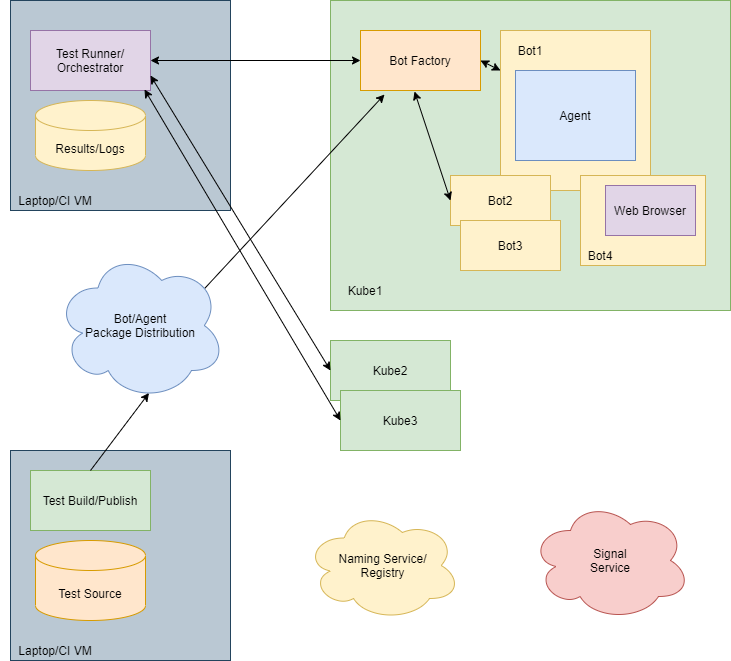
Earlier version of the draw.io export docs/content/diagrams/bot-agent-testing.png (dxos/gravity). Source tidied: cells renumbered, new cells last; positions are measured from the earlier drawing's top-left corner, leaving out a move shared by most shapes.
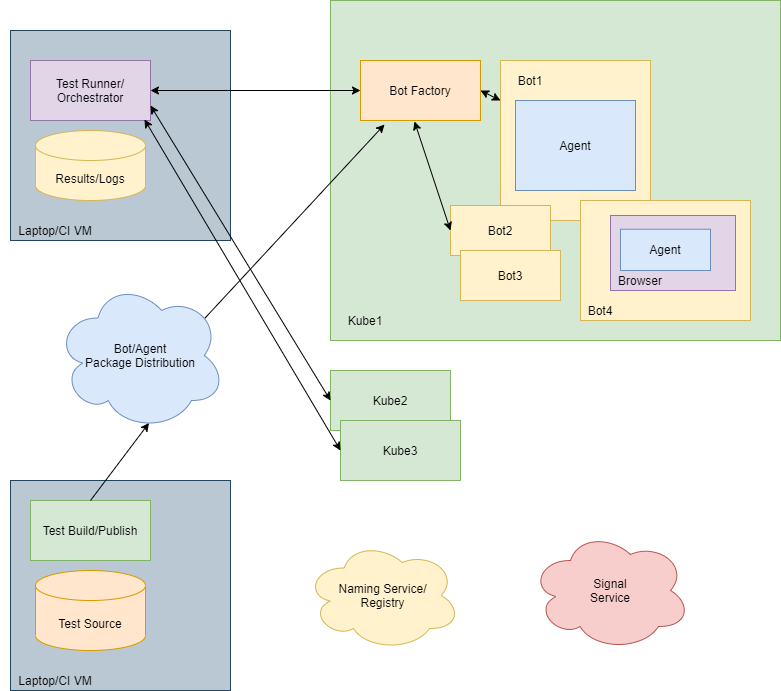
After the change.

Change to the diagram source:
```diff
@@ -6,7 +6,7 @@
       <mxGeometry x="10" width="220" height="210" as="geometry" />
     </mxCell>
     <mxCell id="3" style="rounded=0;whiteSpace=wrap;html=1;fillColor=#d5e8d4;strokeColor=#82b366;" parent="1" vertex="1">
-      <mxGeometry x="330" width="400" height="310" as="geometry" />
+      <mxGeometry x="330" y="-30" width="450" height="340" as="geometry" />
     </mxCell>
     <mxCell id="4" style="rounded=0;whiteSpace=wrap;html=1;fillColor=#fff2cc;strokeColor=#d6b656;" parent="1" vertex="1">
       <mxGeometry x="500" y="30" width="150" height="160" as="geometry" />
@@ -84,16 +84,22 @@
       <mxGeometry x="305" y="510" width="155" height="110" as="geometry" />
     </mxCell>
     <mxCell id="29" style="rounded=0;whiteSpace=wrap;html=1;fillColor=#fff2cc;strokeColor=#d6b656;" parent="1" vertex="1">
-      <mxGeometry x="580" y="175" width="125" height="90" as="geometry" />
+      <mxGeometry x="580" y="170" width="170" height="120" as="geometry" />
     </mxCell>
     <mxCell id="30" value="Bot4" style="text;html=1;strokeColor=none;fillColor=none;align=center;verticalAlign=middle;whiteSpace=wrap;rounded=0;" parent="1" vertex="1">
-      <mxGeometry x="580" y="245" width="40" height="20" as="geometry" />
+      <mxGeometry x="580" y="270" width="40" height="20" as="geometry" />
     </mxCell>
-    <mxCell id="31" value="Web Browser" style="rounded=0;whiteSpace=wrap;html=1;fillColor=#e1d5e7;strokeColor=#9673a6;" parent="1" vertex="1">
-      <mxGeometry x="605" y="185" width="90" height="50" as="geometry" />
+    <mxCell id="31" style="rounded=0;whiteSpace=wrap;html=1;fillColor=#e1d5e7;strokeColor=#9673a6;" parent="1" vertex="1">
+      <mxGeometry x="610" y="185" width="125" height="75" as="geometry" />
     </mxCell>
     <mxCell id="32" style="endArrow=classic;startArrow=classic;html=1;entryX=0;entryY=0.5;entryDx=0;entryDy=0;exitX=0.45;exitY=1.017;exitDx=0;exitDy=0;exitPerimeter=0;" parent="1" edge="1" source="5" target="9">
       <mxGeometry relative="1" as="geometry" />
     </mxCell>
+    <mxCell id="33" value="Agent" style="rounded=0;whiteSpace=wrap;html=1;fillColor=#dae8fc;strokeColor=#6c8ebf;" parent="1" vertex="1">
+      <mxGeometry x="620" y="198.8" width="90" height="41.2" as="geometry" />
+    </mxCell>
+    <mxCell id="34" value="Browser" style="text;html=1;strokeColor=none;fillColor=none;align=center;verticalAlign=middle;whiteSpace=wrap;rounded=0;" parent="1" vertex="1">
+      <mxGeometry x="620" y="240" width="40" height="20" as="geometry" />
+    </mxCell>
   </root>
 </mxGraphModel>
```
